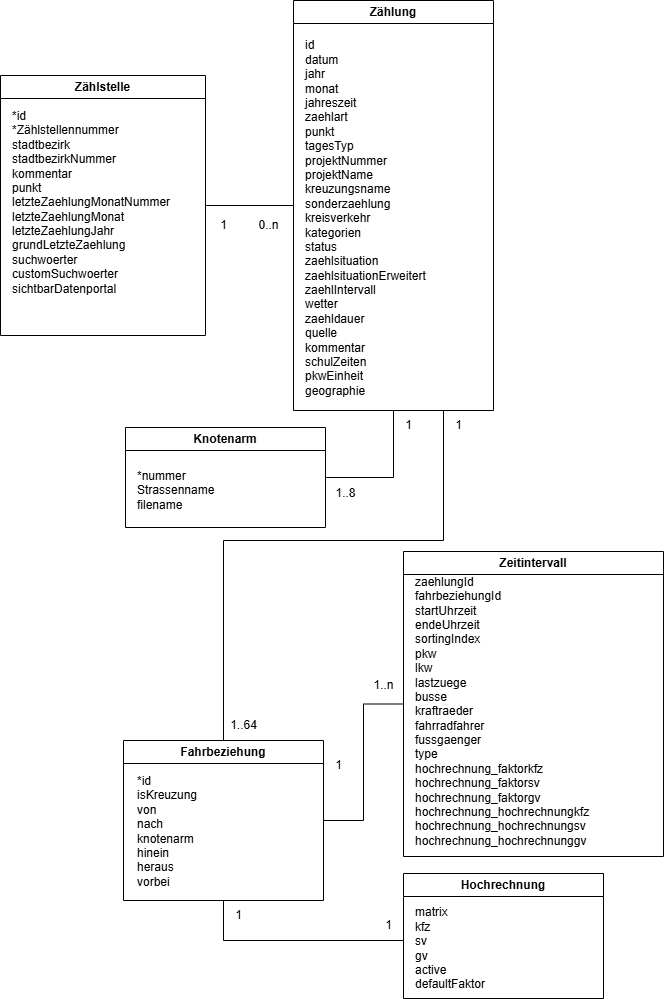
Earlier version of the draw.io export docs/src/img/DAVe_Datenmodell_Zaehlstelle.drawio.png (it-at-m/dave). Source tidied: cells renumbered, new cells last; positions are measured from the earlier drawing's top-left corner, leaving out a move shared by most shapes.
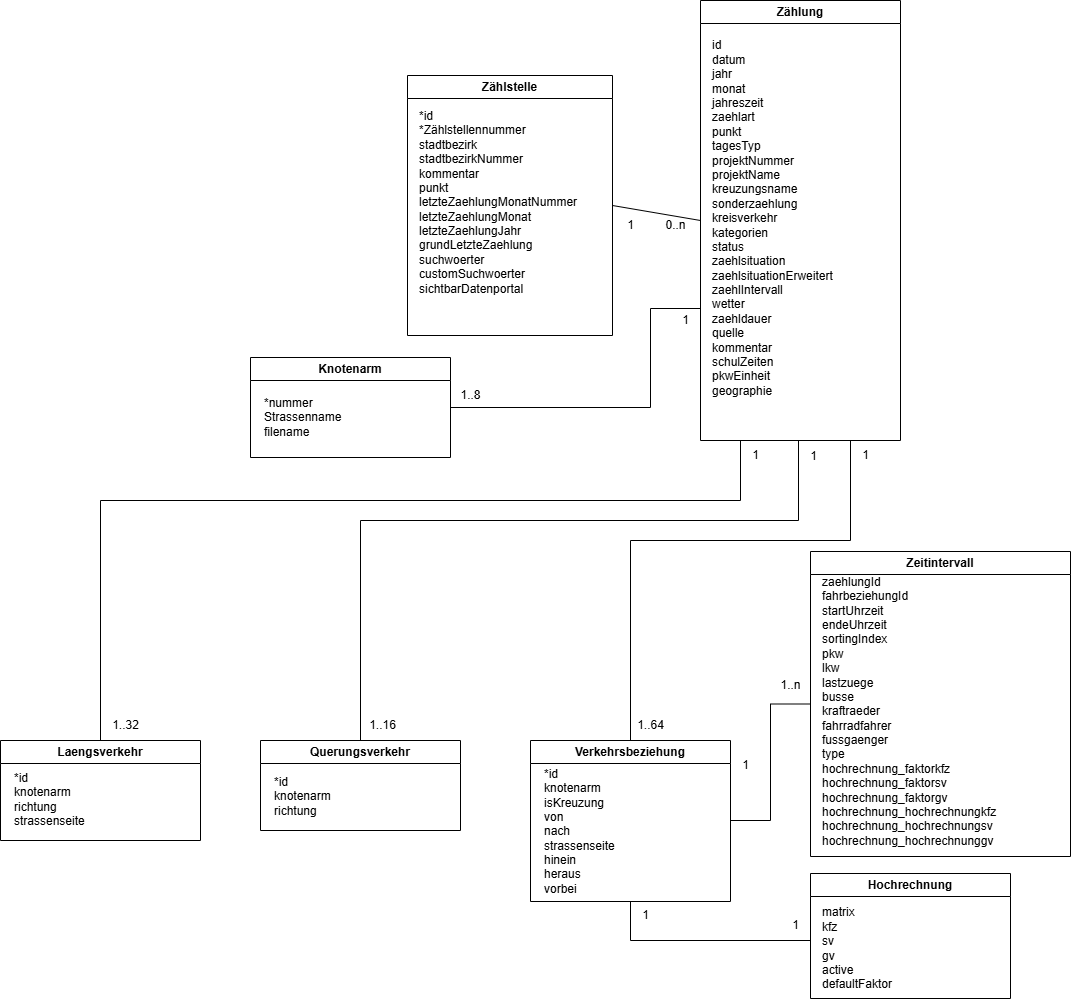
Above is the later version.

Diff of the diagram source:
```diff
@@ -3,11 +3,14 @@
     <mxCell id="0" />
     <mxCell id="1" parent="0" />
     <mxCell id="2" value="Zählung" style="swimlane;whiteSpace=wrap;html=1;" parent="1" vertex="1">
-      <mxGeometry x="293" width="200" height="410" as="geometry" />
+      <mxGeometry x="293" width="200" height="440" as="geometry" />
     </mxCell>
     <mxCell id="3" value="id&lt;div&gt;datum&lt;/div&gt;&lt;div&gt;jahr&lt;/div&gt;&lt;div&gt;monat&lt;/div&gt;&lt;div&gt;jahreszeit&lt;/div&gt;&lt;div&gt;zaehlart&lt;/div&gt;&lt;div&gt;punkt&lt;/div&gt;&lt;div&gt;tagesTyp&lt;/div&gt;&lt;div&gt;projektNummer&lt;/div&gt;&lt;div&gt;projektName&lt;/div&gt;&lt;div&gt;kreuzungsname&lt;/div&gt;&lt;div&gt;sonderzaehlung&lt;/div&gt;&lt;div&gt;kreisverkehr&lt;/div&gt;&lt;div&gt;kategorien&lt;/div&gt;&lt;div&gt;status&lt;/div&gt;&lt;div&gt;zaehlsituation&lt;/div&gt;&lt;div&gt;zaehlsituationErweitert&lt;/div&gt;&lt;div&gt;zaehlIntervall&lt;/div&gt;&lt;div&gt;wetter&lt;/div&gt;&lt;div&gt;zaehldauer&lt;/div&gt;&lt;div&gt;quelle&lt;/div&gt;&lt;div&gt;kommentar&lt;/div&gt;&lt;div&gt;schulZeiten&lt;/div&gt;&lt;div&gt;pkwEinheit&lt;/div&gt;&lt;div&gt;geographie&lt;/div&gt;&lt;div&gt;&lt;br&gt;&lt;/div&gt;" style="text;html=1;align=left;verticalAlign=middle;strokeColor=none;fillColor=none;" parent="2" vertex="1">
       <mxGeometry x="10" y="30" width="140" height="390" as="geometry" />
     </mxCell>
+    <mxCell id="29" value="1" style="text;html=1;align=center;verticalAlign=middle;strokeColor=none;fillColor=none;" parent="2" vertex="1">
+      <mxGeometry x="98" y="441" width="30" height="30" as="geometry" />
+    </mxCell>
     <mxCell id="4" style="rounded=0;jettySize=auto;html=1;exitX=1;exitY=0.5;exitDx=0;exitDy=0;entryX=0;entryY=0.5;entryDx=0;entryDy=0;startArrow=none;startFill=0;endArrow=none;endFill=0;" parent="1" edge="1" source="5" target="2">
       <mxGeometry relative="1" as="geometry" />
     </mxCell>
@@ -25,16 +28,17 @@
         </Array>
       </mxGeometry>
     </mxCell>
-    <mxCell id="8" style="edgeStyle=orthogonalEdgeStyle;rounded=0;jettySize=auto;html=1;endArrow=none;endFill=0;entryX=0.5;entryY=1;entryDx=0;entryDy=0;exitX=1;exitY=0.5;exitDx=0;exitDy=0;" parent="1" edge="1" source="9" target="2">
+    <mxCell id="8" style="edgeStyle=orthogonalEdgeStyle;rounded=0;jettySize=auto;html=1;endArrow=none;endFill=0;exitX=1;exitY=0.5;exitDx=0;exitDy=0;" parent="1" edge="1" source="27">
       <mxGeometry relative="1" as="geometry">
-        <Array as="points">
-          <mxPoint x="393" y="477" />
-        </Array>
+        <mxPoint x="293" y="350" as="targetPoint" />
       </mxGeometry>
     </mxCell>
     <mxCell id="9" value="Knotenarm" style="swimlane;whiteSpace=wrap;html=1;startSize=23;" parent="1" vertex="1">
-      <mxGeometry x="125" y="427" width="200" height="100" as="geometry" />
+      <mxGeometry x="-157" y="357" width="200" height="100" as="geometry" />
     </mxCell>
+    <mxCell id="28" value="&lt;div&gt;*nummer&lt;/div&gt;&lt;div&gt;Strassenname&lt;/div&gt;&lt;div&gt;filename&lt;/div&gt;" style="text;html=1;align=left;verticalAlign=middle;strokeColor=none;fillColor=none;" parent="9" vertex="1">
+      <mxGeometry x="12" y="30" width="100" height="60" as="geometry" />
+    </mxCell>
     <mxCell id="10" value="Zeitintervall" style="swimlane;whiteSpace=wrap;html=1;" parent="1" vertex="1">
       <mxGeometry x="403" y="551" width="260" height="305" as="geometry" />
     </mxCell>
@@ -58,11 +62,11 @@
         </Array>
       </mxGeometry>
     </mxCell>
-    <mxCell id="14" value="Fahrbeziehung" style="swimlane;whiteSpace=wrap;html=1;startSize=23;" parent="1" vertex="1">
-      <mxGeometry x="123" y="740" width="200" height="160" as="geometry" />
+    <mxCell id="14" value="Verkehrsbeziehung" style="swimlane;whiteSpace=wrap;html=1;startSize=23;" parent="1" vertex="1">
+      <mxGeometry x="123" y="740" width="200" height="161" as="geometry" />
     </mxCell>
-    <mxCell id="15" value="*id&lt;div&gt;isKreuzung&lt;br&gt;von&lt;br&gt;nach&lt;/div&gt;&lt;div&gt;knotenarm&lt;/div&gt;&lt;div&gt;hinein&lt;/div&gt;&lt;div&gt;heraus&lt;/div&gt;&lt;div&gt;vorbei&lt;/div&gt;" style="text;html=1;align=left;verticalAlign=middle;strokeColor=none;fillColor=none;" parent="14" vertex="1">
-      <mxGeometry x="12" y="26" width="80" height="130" as="geometry" />
+    <mxCell id="15" value="*id&lt;div&gt;knotenarm&lt;br&gt;&lt;div&gt;isKreuzung&lt;br&gt;von&lt;br&gt;nach&lt;/div&gt;&lt;div&gt;strassenseite&lt;/div&gt;&lt;div&gt;hinein&lt;/div&gt;&lt;div&gt;heraus&lt;/div&gt;&lt;div&gt;vorbei&lt;/div&gt;&lt;/div&gt;" style="text;html=1;align=left;verticalAlign=middle;strokeColor=none;fillColor=none;" parent="14" vertex="1">
+      <mxGeometry x="12" y="21" width="90" height="140" as="geometry" />
     </mxCell>
     <mxCell id="16" value="&lt;span style=&quot;background-color: transparent;&quot;&gt;Hochrechnung&lt;/span&gt;" style="swimlane;whiteSpace=wrap;html=1;" parent="1" vertex="1">
       <mxGeometry x="403" y="873" width="200" height="125" as="geometry" />
@@ -71,13 +75,13 @@
       <mxGeometry x="10" y="25" width="90" height="100" as="geometry" />
     </mxCell>
     <mxCell id="18" value="1..8" style="text;html=1;align=center;verticalAlign=middle;strokeColor=none;fillColor=none;" parent="1" vertex="1">
-      <mxGeometry x="325" y="478" width="40" height="30" as="geometry" />
+      <mxGeometry x="43" y="380" width="40" height="30" as="geometry" />
     </mxCell>
     <mxCell id="19" value="1..64" style="text;html=1;align=center;verticalAlign=middle;strokeColor=none;fillColor=none;" parent="1" vertex="1">
       <mxGeometry x="218" y="710" width="50" height="30" as="geometry" />
     </mxCell>
     <mxCell id="20" value="1" style="text;html=1;align=center;verticalAlign=middle;strokeColor=none;fillColor=none;" parent="1" vertex="1">
-      <mxGeometry x="443" y="410" width="30" height="30" as="geometry" />
+      <mxGeometry x="443" y="440" width="30" height="30" as="geometry" />
     </mxCell>
     <mxCell id="21" value="1" style="text;html=1;align=center;verticalAlign=middle;strokeColor=none;fillColor=none;" parent="1" vertex="1">
       <mxGeometry x="323" y="750" width="30" height="30" as="geometry" />
@@ -97,11 +101,55 @@
     <mxCell id="26" value="0..n" style="text;html=1;align=center;verticalAlign=middle;strokeColor=none;fillColor=none;" parent="1" vertex="1">
       <mxGeometry x="248" y="210" width="40" height="30" as="geometry" />
     </mxCell>
+    <mxCell id="30" value="Querungsverkehr" style="swimlane;whiteSpace=wrap;html=1;startSize=23;" parent="1" vertex="1">
+      <mxGeometry x="-147" y="740" width="200" height="90" as="geometry" />
+    </mxCell>
+    <mxCell id="31" value="*id&lt;div&gt;knotenarm&lt;br&gt;&lt;div&gt;richtung&lt;/div&gt;&lt;/div&gt;" style="text;html=1;align=left;verticalAlign=middle;strokeColor=none;fillColor=none;" parent="30" vertex="1">
+      <mxGeometry x="12" y="26" width="80" height="60" as="geometry" />
+    </mxCell>
+    <mxCell id="32" value="Laengsverkehr" style="swimlane;whiteSpace=wrap;html=1;startSize=23;" parent="1" vertex="1">
+      <mxGeometry x="-407" y="740" width="200" height="100" as="geometry" />
+    </mxCell>
+    <mxCell id="33" value="*id&lt;div&gt;knotenarm&lt;br&gt;richtung&lt;br&gt;strassenseite&lt;/div&gt;" style="text;html=1;align=left;verticalAlign=middle;strokeColor=none;fillColor=none;" parent="32" vertex="1">
+      <mxGeometry x="12" y="24" width="90" height="70" as="geometry" />
+    </mxCell>
+    <mxCell id="34" style="edgeStyle=orthogonalEdgeStyle;rounded=0;jettySize=auto;html=1;endArrow=none;endFill=0;entryX=0.5;entryY=0;entryDx=0;entryDy=0;" parent="1" edge="1" target="30">
+      <mxGeometry relative="1" as="geometry">
+        <mxPoint x="391" y="440" as="sourcePoint" />
+        <Array as="points">
+          <mxPoint x="391" y="520" />
+          <mxPoint x="-47" y="520" />
+        </Array>
+      </mxGeometry>
+    </mxCell>
+    <mxCell id="35" style="edgeStyle=orthogonalEdgeStyle;rounded=0;jettySize=auto;html=1;endArrow=none;endFill=0;exitX=1;exitY=0.5;exitDx=0;exitDy=0;entryX=0;entryY=0.75;entryDx=0;entryDy=0;" parent="1" edge="1" source="9" target="2">
+      <mxGeometry relative="1" as="geometry">
+        <Array as="points">
+          <mxPoint x="243" y="407" />
+          <mxPoint x="243" y="308" />
+        </Array>
+      </mxGeometry>
+    </mxCell>
     <mxCell id="27" value="1" style="text;html=1;align=center;verticalAlign=middle;points=[];strokeColor=none;fillColor=none;" parent="1" vertex="1">
-      <mxGeometry x="393" y="410" width="30" height="30" as="geometry" />
+      <mxGeometry x="263" y="305" width="30" height="30" as="geometry" />
     </mxCell>
-    <mxCell id="28" value="&lt;div&gt;*nummer&lt;/div&gt;&lt;div&gt;Strassenname&lt;/div&gt;&lt;div&gt;filename&lt;/div&gt;" style="text;html=1;align=left;verticalAlign=middle;strokeColor=none;fillColor=none;" parent="1" vertex="1">
-      <mxGeometry x="135" y="460" width="100" height="60" as="geometry" />
-    </mxCell>
+    <mxCell id="36" value="1..16" style="text;html=1;align=center;verticalAlign=middle;strokeColor=none;fillColor=none;" parent="1" vertex="1">
+      <mxGeometry x="-50" y="710" width="50" height="30" as="geometry" />
+    </mxCell>
+    <mxCell id="37" style="edgeStyle=orthogonalEdgeStyle;rounded=0;jettySize=auto;html=1;endArrow=none;endFill=0;entryX=0.5;entryY=0;entryDx=0;entryDy=0;" parent="1" edge="1" target="32">
+      <mxGeometry relative="1" as="geometry">
+        <mxPoint x="333" y="440" as="sourcePoint" />
+        <Array as="points">
+          <mxPoint x="333" y="500" />
+          <mxPoint x="-307" y="500" />
+        </Array>
+      </mxGeometry>
+    </mxCell>
+    <mxCell id="38" value="1" style="text;html=1;align=center;verticalAlign=middle;strokeColor=none;fillColor=none;" parent="1" vertex="1">
+      <mxGeometry x="333" y="440" width="30" height="30" as="geometry" />
+    </mxCell>
+    <mxCell id="39" value="1..32" style="text;html=1;align=center;verticalAlign=middle;strokeColor=none;fillColor=none;" parent="1" vertex="1">
+      <mxGeometry x="-307" y="710" width="50" height="30" as="geometry" />
+    </mxCell>
   </root>
 </mxGraphModel>
```
